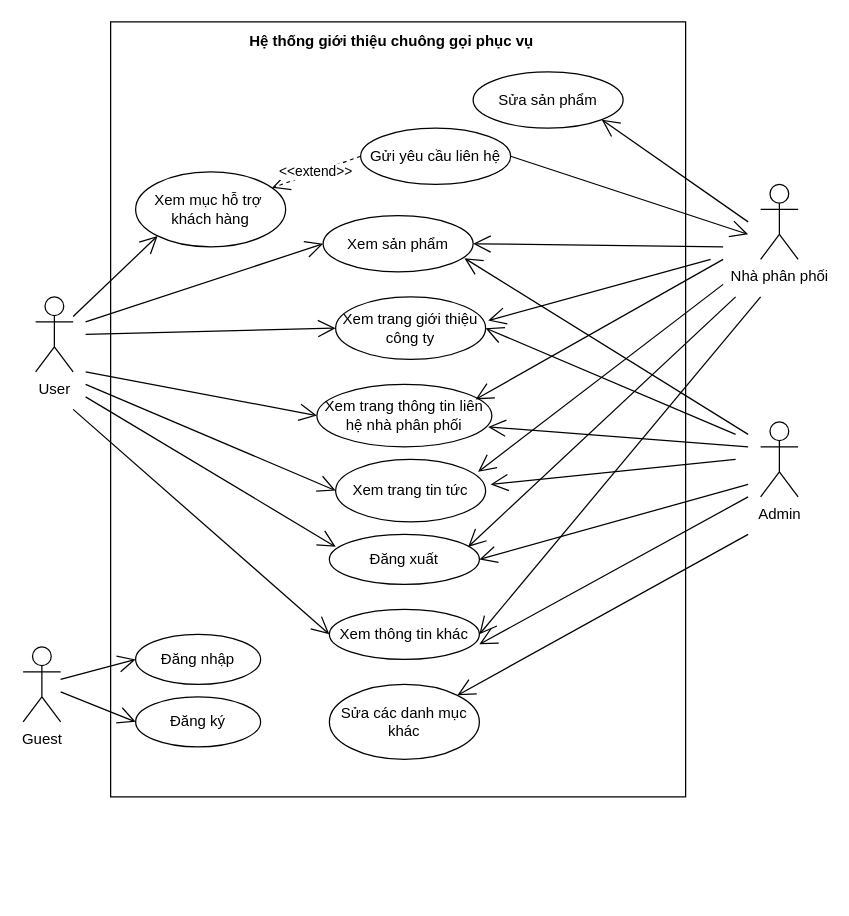
Before: Use Case/overviewUC.drawio in hoangminh15/PTTKHT, a draw.io diagram. Source tidied: cells renumbered, new cells numbered last; positions are measured from the earlier drawing's top-left corner, leaving out a move shared by most shapes. Both pictures are drawn from the tidied source at 125%, with x=0, y=0 at pixel (22, 21).
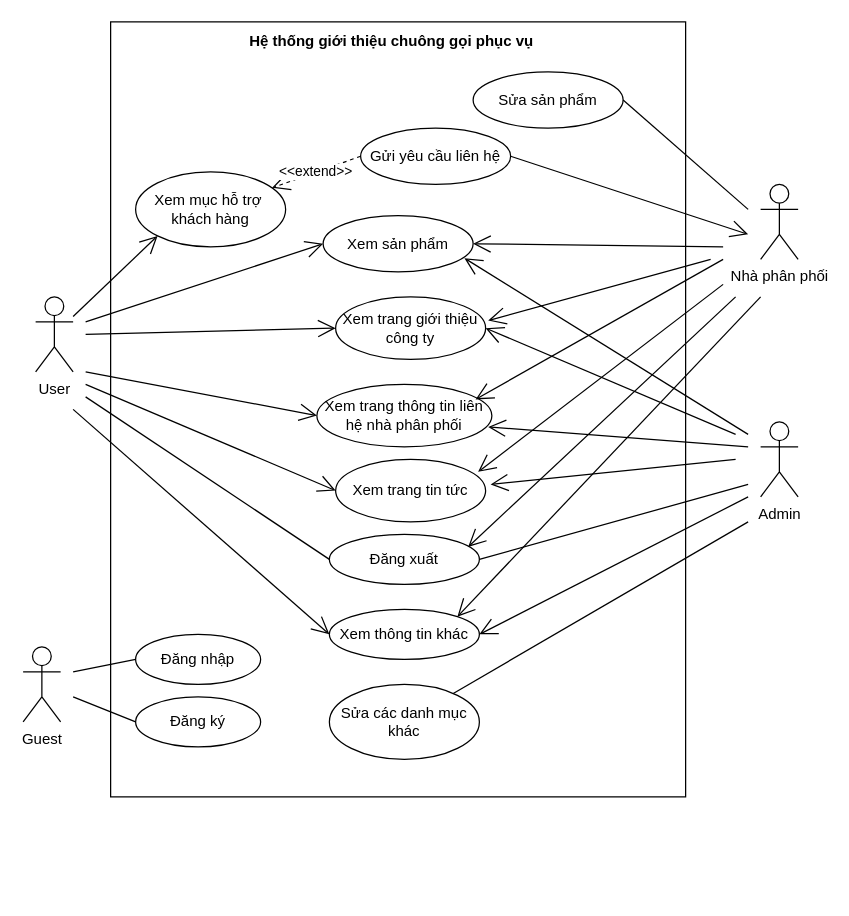
The same page after the edit.

The change refers to these unchanged cells:
```xml
<mxCell id="8" value="Xem thông tin khác" style="ellipse;whiteSpace=wrap;html=1;" parent="1" vertex="1">
  <mxGeometry x="245" y="470" width="120" height="40" as="geometry" />
</mxCell>
<mxCell id="19" value="Đăng xuất" style="ellipse;whiteSpace=wrap;html=1;" parent="1" vertex="1">
  <mxGeometry x="245" y="410" width="120" height="40" as="geometry" />
</mxCell>
<mxCell id="30" value="Sửa sản phẩm" style="ellipse;whiteSpace=wrap;html=1;" parent="1" vertex="1">
  <mxGeometry x="360" y="40" width="120" height="45" as="geometry" />
</mxCell>
<mxCell id="42" value="Sửa các danh mục khác" style="ellipse;whiteSpace=wrap;html=1;" parent="1" vertex="1">
  <mxGeometry x="245" y="530" width="120" height="60" as="geometry" />
</mxCell>
<mxCell id="43" value="Guest" style="shape=umlActor;verticalLabelPosition=bottom;verticalAlign=top;html=1;outlineConnect=0;" parent="1" vertex="1">
  <mxGeometry y="500" width="30" height="60" as="geometry" />
</mxCell>
<mxCell id="44" value="Đăng nhập" style="ellipse;whiteSpace=wrap;html=1;" parent="1" vertex="1">
  <mxGeometry x="90" y="490" width="100" height="40" as="geometry" />
</mxCell>
<mxCell id="45" value="Đăng ký" style="ellipse;whiteSpace=wrap;html=1;" parent="1" vertex="1">
  <mxGeometry x="90" y="540" width="100" height="40" as="geometry" />
</mxCell>
```

What changed in the source:
```diff
@@
-    <mxCell id="22" style="endArrow=open;endFill=1;endSize=12;html=1;entryX=1;entryY=0.5;entryDx=0;entryDy=0;" parent="1" edge="1" target="8">
+    <mxCell id="22" style="endArrow=open;endFill=1;endSize=12;html=1;entryX=1;entryY=0;entryDx=0;entryDy=0;" parent="1" edge="1" target="8">
       <mxGeometry relative="1" as="geometry">
         <mxPoint x="590" y="220" as="sourcePoint" />
       </mxGeometry>
     </mxCell>
-    <mxCell id="23" style="endArrow=open;endFill=1;endSize=12;html=1;entryX=1;entryY=0.7;entryDx=0;entryDy=0;entryPerimeter=0;" parent="1" edge="1" target="8">
+    <mxCell id="23" style="endArrow=open;endFill=1;endSize=12;html=1;entryX=1;entryY=0.5;entryDx=0;entryDy=0;" parent="1" edge="1" target="8">
       <mxGeometry relative="1" as="geometry">
         <mxPoint x="580" y="380" as="sourcePoint" />
       </mxGeometry>
     </mxCell>
@@
-    <mxCell id="26" style="endArrow=open;endFill=1;endSize=12;html=1;entryX=1;entryY=0;entryDx=0;entryDy=0;" parent="1" edge="1" target="42">
-      <mxGeometry relative="1" as="geometry">
-        <mxPoint x="580" y="410" as="sourcePoint" />
-      </mxGeometry>
-    </mxCell>
@@
-    <mxCell id="28" style="endArrow=open;endFill=1;endSize=12;html=1;entryX=1;entryY=0.5;entryDx=0;entryDy=0;" parent="1" edge="1" target="19">
-      <mxGeometry relative="1" as="geometry">
-        <mxPoint x="580" y="370" as="sourcePoint" />
-      </mxGeometry>
-    </mxCell>
@@
-    <mxCell id="31" style="endArrow=open;endFill=1;endSize=12;html=1;entryX=0.042;entryY=0.25;entryDx=0;entryDy=0;entryPerimeter=0;" parent="1" edge="1" target="19">
-      <mxGeometry relative="1" as="geometry">
-        <mxPoint x="50" y="300" as="sourcePoint" />
-      </mxGeometry>
-    </mxCell>
@@
-    <mxCell id="40" style="endArrow=open;endFill=1;endSize=12;html=1;entryX=1;entryY=1;entryDx=0;entryDy=0;" parent="1" edge="1" target="30">
-      <mxGeometry relative="1" as="geometry">
-        <mxPoint x="580" y="160" as="sourcePoint" />
-      </mxGeometry>
-    </mxCell>
@@
-    <mxCell id="46" style="endArrow=open;endFill=1;endSize=12;html=1;entryX=0;entryY=0.5;entryDx=0;entryDy=0;" parent="1" edge="1" source="43" target="44">
-      <mxGeometry relative="1" as="geometry" />
-    </mxCell>
-    <mxCell id="47" style="endArrow=open;endFill=1;endSize=12;html=1;entryX=0;entryY=0.5;entryDx=0;entryDy=0;" parent="1" edge="1" source="43" target="45">
-      <mxGeometry relative="1" as="geometry" />
-    </mxCell>
+    <mxCell id="48" style="endArrow=none;html=1;entryX=0;entryY=0.5;entryDx=0;entryDy=0;" parent="1" edge="1" target="19">
+      <mxGeometry relative="1" as="geometry">
+        <mxPoint x="50" y="300" as="sourcePoint" />
+      </mxGeometry>
+    </mxCell>
+    <mxCell id="49" style="endArrow=none;html=1;entryX=0;entryY=0.5;entryDx=0;entryDy=0;" parent="1" edge="1" target="44">
+      <mxGeometry relative="1" as="geometry">
+        <mxPoint x="40" y="520" as="sourcePoint" />
+      </mxGeometry>
+    </mxCell>
+    <mxCell id="50" style="endArrow=none;html=1;entryX=0;entryY=0.5;entryDx=0;entryDy=0;" parent="1" edge="1" target="45">
+      <mxGeometry relative="1" as="geometry">
+        <mxPoint x="40" y="540" as="sourcePoint" />
+      </mxGeometry>
+    </mxCell>
+    <mxCell id="51" style="endArrow=none;html=1;exitX=1;exitY=0.5;exitDx=0;exitDy=0;" parent="1" edge="1" source="30">
+      <mxGeometry relative="1" as="geometry">
+        <mxPoint x="580" y="150" as="targetPoint" />
+      </mxGeometry>
+    </mxCell>
+    <mxCell id="52" style="endArrow=none;html=1;" parent="1" edge="1" source="42">
+      <mxGeometry relative="1" as="geometry">
+        <mxPoint x="580" y="400" as="targetPoint" />
+      </mxGeometry>
+    </mxCell>
+    <mxCell id="53" style="endArrow=none;html=1;entryX=1;entryY=0.5;entryDx=0;entryDy=0;" parent="1" edge="1" target="19">
+      <mxGeometry relative="1" as="geometry">
+        <mxPoint x="580" y="370" as="sourcePoint" />
+      </mxGeometry>
+    </mxCell>
```
